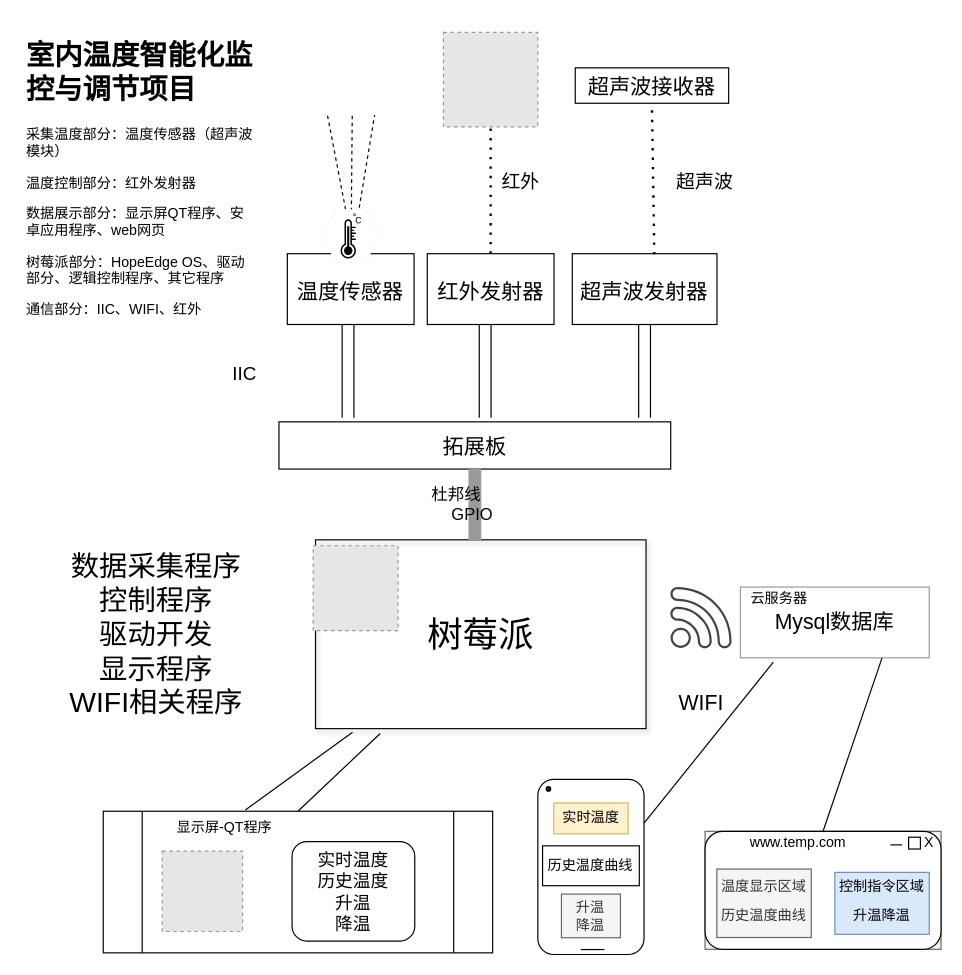
Before: file_dir/室内温度智能化监控与调节项目.drawio in voyagerhui/diagrams_files, a draw.io diagram. Source tidied: cells renumbered, new cells numbered last; positions are measured from the earlier drawing's top-left corner, leaving out a move shared by most shapes. Both pictures are drawn from the tidied source at 118%, with x=0, y=0 at pixel (20, 32). Pictures stored in the file or linked from it are replaced by grey dashed boxes.
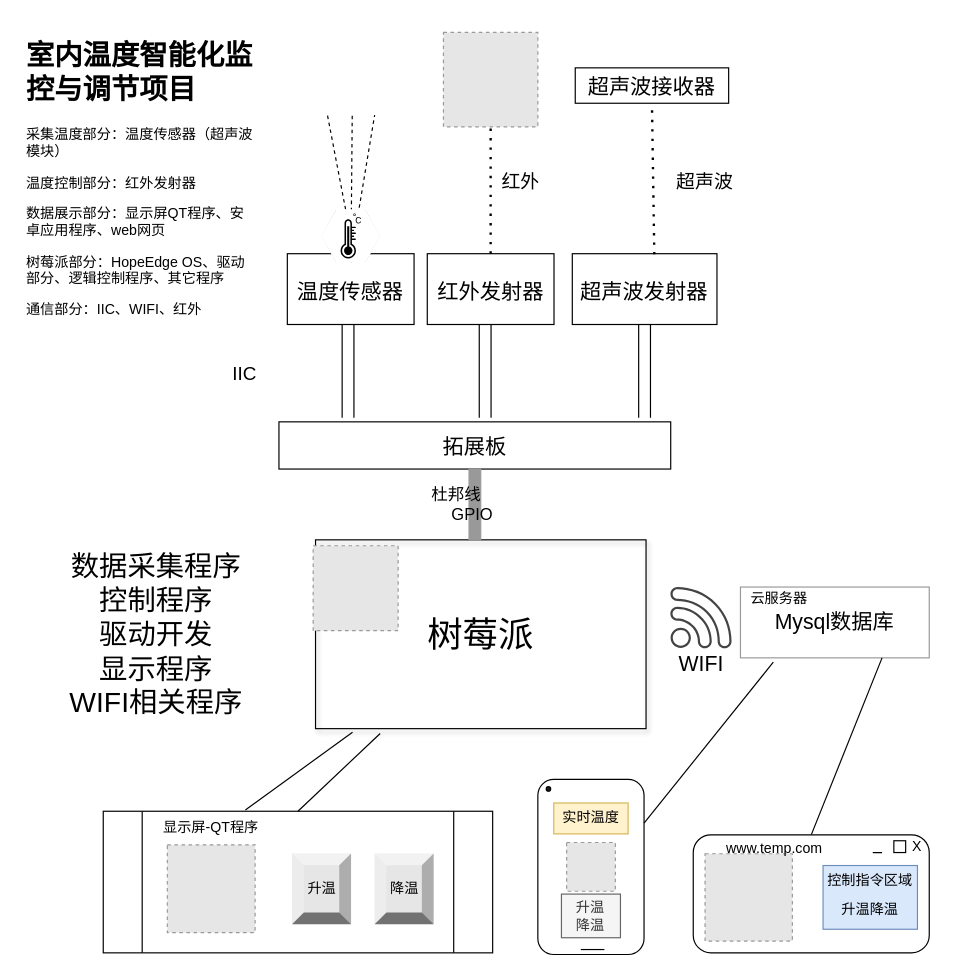
The same page after the edit.

Commit message:
更新室内温度智能化监控与调节项目.drawio

The change refers to these unchanged cells:
```xml
<mxCell id="26" style="group;fontSize=14;" parent="1" vertex="1">
  <mxGeometry x="70" y="660" width="330" height="120" as="geometry" />
</mxCell>
```

What changed in the source:
```diff
@@
-    <mxCell id="9" style="group;rounded=0;" parent="1" vertex="1">
-      <mxGeometry x="580" y="677" width="200" height="100" as="geometry" />
-    </mxCell>
-    <mxCell id="10" style="rounded=0;whiteSpace=wrap;html=1;fontSize=24;" parent="9" vertex="1">
-      <mxGeometry x="177" y="6.5" width="4" height="6" as="geometry" />
-    </mxCell>
-    <mxCell id="11" style="group;fillColor=#f5f5f5;strokeColor=#666666;fontColor=#333333;" parent="9" vertex="1">
-      <mxGeometry width="200" height="100" as="geometry" />
-    </mxCell>
-    <mxCell id="12" style="rounded=1;whiteSpace=wrap;html=1;" parent="11" vertex="1">
-      <mxGeometry width="200" height="100" as="geometry" />
-    </mxCell>
-    <mxCell id="13" value="&lt;div style=&quot;font-size: 12px&quot;&gt;&lt;font style=&quot;font-size: 12px&quot;&gt;控制指令区域&lt;/font&gt;&lt;/div&gt;&lt;div&gt;&lt;font style=&quot;font-size: 12px&quot;&gt;升温降温&lt;br&gt;&lt;/font&gt;&lt;/div&gt;" style="text;html=1;strokeColor=#6c8ebf;fillColor=#dae8fc;align=center;verticalAlign=middle;whiteSpace=wrap;rounded=0;fontSize=24;" parent="11" vertex="1">
-      <mxGeometry x="110" y="34.8" width="80" height="52.5" as="geometry" />
-    </mxCell>
-    <mxCell id="14" style="endArrow=none;html=1;fontSize=24;" parent="11" edge="1">
-      <mxGeometry relative="1" as="geometry">
-        <mxPoint x="157" y="11.5" as="sourcePoint" />
-        <mxPoint x="167" y="11.5" as="targetPoint" />
-      </mxGeometry>
-    </mxCell>
-    <mxCell id="15" value="&lt;font style=&quot;font-size: 12px&quot;&gt;X&lt;/font&gt;" style="text;html=1;strokeColor=none;fillColor=none;align=center;verticalAlign=middle;whiteSpace=wrap;rounded=0;fontSize=24;" parent="11" vertex="1">
-      <mxGeometry x="180" y="0.5" width="20" height="10" as="geometry" />
-    </mxCell>
-    <mxCell id="16" value="&lt;div style=&quot;font-size: 12px&quot;&gt;&lt;font style=&quot;font-size: 12px&quot;&gt;温度显示区域&lt;/font&gt;&lt;/div&gt;&lt;font style=&quot;font-size: 12px&quot;&gt;历史温度曲线&lt;br&gt;&lt;/font&gt;" style="text;html=1;strokeColor=#666666;fillColor=#f5f5f5;align=center;verticalAlign=middle;whiteSpace=wrap;rounded=0;fontSize=24;fontColor=#333333;" parent="11" vertex="1">
-      <mxGeometry x="10" y="32" width="80" height="58" as="geometry" />
-    </mxCell>
-    <mxCell id="17" value="www.temp.com" style="text;html=1;strokeColor=none;fillColor=none;align=center;verticalAlign=middle;whiteSpace=wrap;rounded=0;fontSize=12;" parent="11" vertex="1">
-      <mxGeometry x="30" width="98" height="20" as="geometry" />
-    </mxCell>
-    <mxCell id="18" style="rounded=0;whiteSpace=wrap;html=1;fillColor=none;fontSize=12;" parent="11" vertex="1">
-      <mxGeometry x="172.5" y="5" width="10" height="10" as="geometry" />
-    </mxCell>
     <mxCell id="19" style="group;" parent="1" vertex="1">
-      <mxGeometry x="438.3" y="633" width="90" height="148.4" as="geometry" />
+      <mxGeometry x="438.3" y="633" width="98.8" height="148.4" as="geometry" />
     </mxCell>
@@
-    <mxCell id="25" value="历史温度曲线" style="rounded=0;whiteSpace=wrap;html=1;fontSize=12;fillColor=none;" parent="19" vertex="1">
-      <mxGeometry x="4" y="56.3" width="82" height="33.8" as="geometry" />
-    </mxCell>
+    <mxCell id="59" style="fillColor=#E6E6E6;strokeColor=#999999;dashed=1;html=1;verticalAlign=top;verticalLabelPosition=bottom;labelBackgroundColor=#ffffff;" parent="19" vertex="1">
+      <mxGeometry x="24.4" y="53.5" width="41.3" height="41.3" as="geometry" />
+    </mxCell>
@@
     <mxCell id="28" value="显示屏-QT程序" style="text;html=1;strokeColor=none;fillColor=none;align=center;verticalAlign=middle;whiteSpace=wrap;rounded=0;fontSize=12;" parent="26" vertex="1">
-      <mxGeometry x="33" y="2.9" width="139.9" height="22.9" as="geometry" />
+      <mxGeometry x="33" y="2.9" width="117" height="22.9" as="geometry" />
     </mxCell>
-    <mxCell id="29" value="&lt;div style=&quot;font-size: 15px&quot;&gt;&lt;font style=&quot;font-size: 15px&quot;&gt;实时温度&lt;/font&gt;&lt;/div&gt;&lt;div style=&quot;font-size: 15px&quot;&gt;&lt;font style=&quot;font-size: 15px&quot;&gt;历史温度&lt;/font&gt;&lt;/div&gt;&lt;div style=&quot;font-size: 15px&quot;&gt;&lt;font style=&quot;font-size: 15px&quot;&gt;升温&lt;/font&gt;&lt;/div&gt;&lt;font style=&quot;font-size: 15px&quot;&gt;降温&lt;/font&gt;" style="rounded=1;whiteSpace=wrap;html=1;fillColor=none;fontSize=12;" parent="26" vertex="1">
-      <mxGeometry x="160" y="25.7" width="104" height="84.3" as="geometry" />
-    </mxCell>
-    <mxCell id="30" style="fillColor=#E6E6E6;strokeColor=#999999;dashed=1;html=1;verticalAlign=top;verticalLabelPosition=bottom;labelBackgroundColor=#ffffff;" parent="26" vertex="1">
-      <mxGeometry x="50" y="33.8" width="68.1" height="68.1" as="geometry" />
-    </mxCell>
+    <mxCell id="60" style="fillColor=#E6E6E6;strokeColor=#999999;dashed=1;html=1;verticalAlign=top;verticalLabelPosition=bottom;labelBackgroundColor=#ffffff;" parent="26" vertex="1">
+      <mxGeometry x="54.3" y="28.5" width="74.4" height="74.4" as="geometry" />
+    </mxCell>
+    <mxCell id="61" value="升温" style="labelPosition=center;verticalLabelPosition=middle;align=center;html=1;shape=mxgraph.basic.shaded_button;dx=10;fillColor=#E6E6E6;strokeColor=none;rounded=0;" parent="26" vertex="1">
+      <mxGeometry x="160" y="35.7" width="50" height="60" as="geometry" />
+    </mxCell>
+    <mxCell id="62" value="降温" style="labelPosition=center;verticalLabelPosition=middle;align=center;html=1;shape=mxgraph.basic.shaded_button;dx=10;fillColor=#E6E6E6;strokeColor=none;rounded=0;" parent="26" vertex="1">
+      <mxGeometry x="230" y="35.7" width="50" height="60" as="geometry" />
+    </mxCell>
@@
     <mxCell id="44" value="&lt;font style=&quot;font-size: 18px&quot;&gt;WIFI&lt;/font&gt;" style="text;html=1;strokeColor=none;fillColor=none;align=center;verticalAlign=middle;whiteSpace=wrap;rounded=0;shadow=0;fontSize=12;" parent="1" vertex="1">
-      <mxGeometry x="541.6" y="540" width="70" height="57.5" as="geometry" />
+      <mxGeometry x="541.6" y="507" width="70" height="57.5" as="geometry" />
     </mxCell>
@@
+    <mxCell id="63" style="group;" parent="1" vertex="1">
+      <mxGeometry x="570" y="680" width="200" height="100" as="geometry" />
+    </mxCell>
+    <mxCell id="12" style="rounded=1;whiteSpace=wrap;html=1;" parent="63" vertex="1">
+      <mxGeometry width="200" height="100" as="geometry" />
+    </mxCell>
+    <mxCell id="64" style="fillColor=#E6E6E6;strokeColor=#999999;dashed=1;html=1;verticalAlign=top;verticalLabelPosition=bottom;labelBackgroundColor=#ffffff;" parent="63" vertex="1">
+      <mxGeometry x="10" y="16" width="74" height="74" as="geometry" />
+    </mxCell>
+    <mxCell id="13" value="&lt;div style=&quot;font-size: 12px&quot;&gt;&lt;font style=&quot;font-size: 12px&quot;&gt;控制指令区域&lt;/font&gt;&lt;/div&gt;&lt;div&gt;&lt;font style=&quot;font-size: 12px&quot;&gt;升温降温&lt;br&gt;&lt;/font&gt;&lt;/div&gt;" style="text;html=1;strokeColor=#6c8ebf;fillColor=#dae8fc;align=center;verticalAlign=middle;whiteSpace=wrap;rounded=0;fontSize=24;" parent="63" vertex="1">
+      <mxGeometry x="110" y="26" width="80" height="54" as="geometry" />
+    </mxCell>
+    <mxCell id="17" value="www.temp.com" style="text;html=1;strokeColor=none;fillColor=none;align=center;verticalAlign=middle;whiteSpace=wrap;rounded=0;fontSize=12;" parent="63" vertex="1">
+      <mxGeometry x="20" y="2" width="98" height="20" as="geometry" />
+    </mxCell>
+    <mxCell id="18" style="rounded=0;whiteSpace=wrap;html=1;fillColor=none;fontSize=12;" parent="63" vertex="1">
+      <mxGeometry x="170" y="5" width="10" height="10" as="geometry" />
+    </mxCell>
+    <mxCell id="15" value="&lt;font style=&quot;font-size: 12px&quot;&gt;X&lt;/font&gt;" style="text;html=1;strokeColor=none;fillColor=none;align=center;verticalAlign=middle;whiteSpace=wrap;rounded=0;fontSize=24;" parent="63" vertex="1">
+      <mxGeometry x="180" y="1" width="20" height="10" as="geometry" />
+    </mxCell>
+    <mxCell id="65" style="endArrow=none;html=1;" parent="63" edge="1">
+      <mxGeometry relative="1" as="geometry">
+        <mxPoint x="160" y="15" as="sourcePoint" />
+        <mxPoint x="160" y="15" as="targetPoint" />
+        <Array as="points">
+          <mxPoint x="150" y="15" />
+        </Array>
+      </mxGeometry>
+    </mxCell>
```
